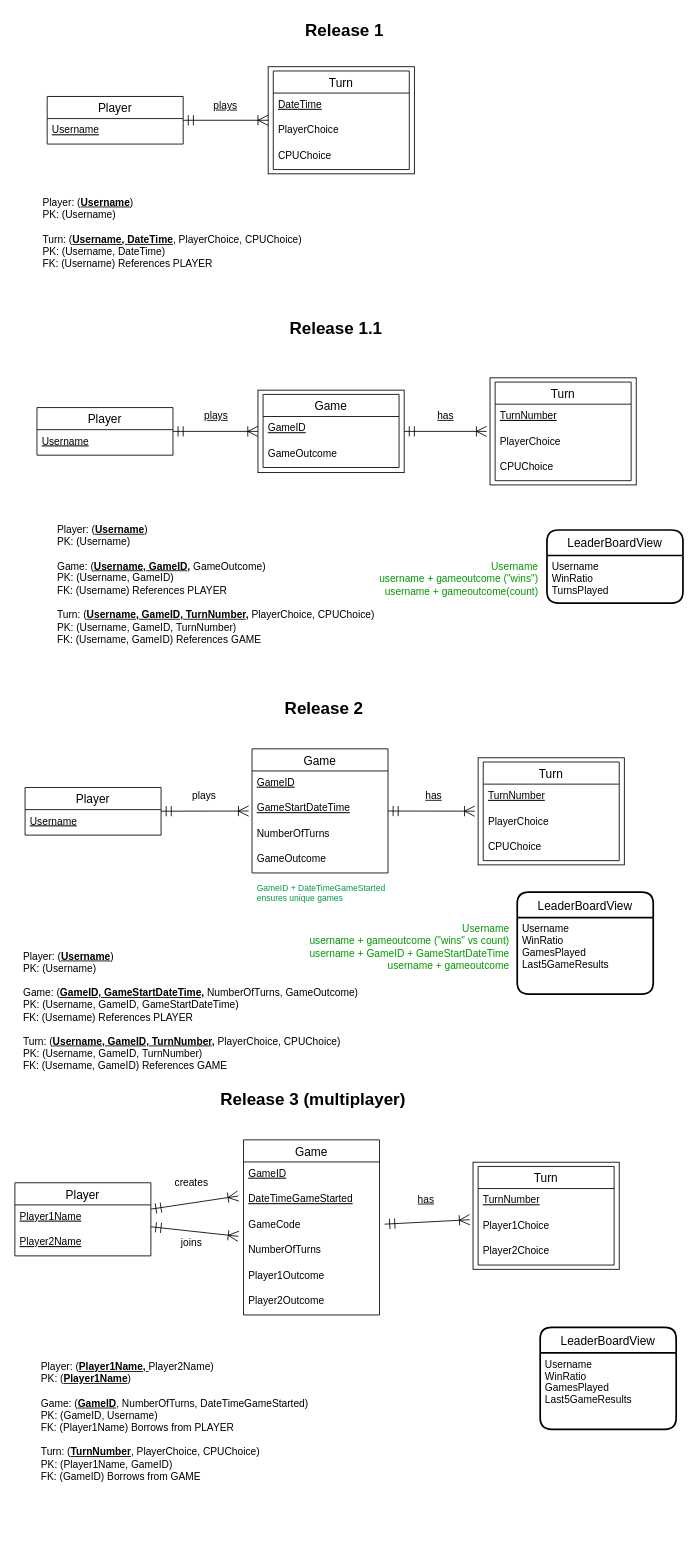
Before: RPS DB/release 1-3 (v3).drawio in LTaylor137/RockPaperScissorsProject, a draw.io diagram. Source tidied: cells renumbered, new cells numbered last; positions are measured from the earlier drawing's top-left corner, leaving out a move shared by most shapes. Both pictures are drawn from the tidied source at 85%, with x=0, y=0 at pixel (14, 14).
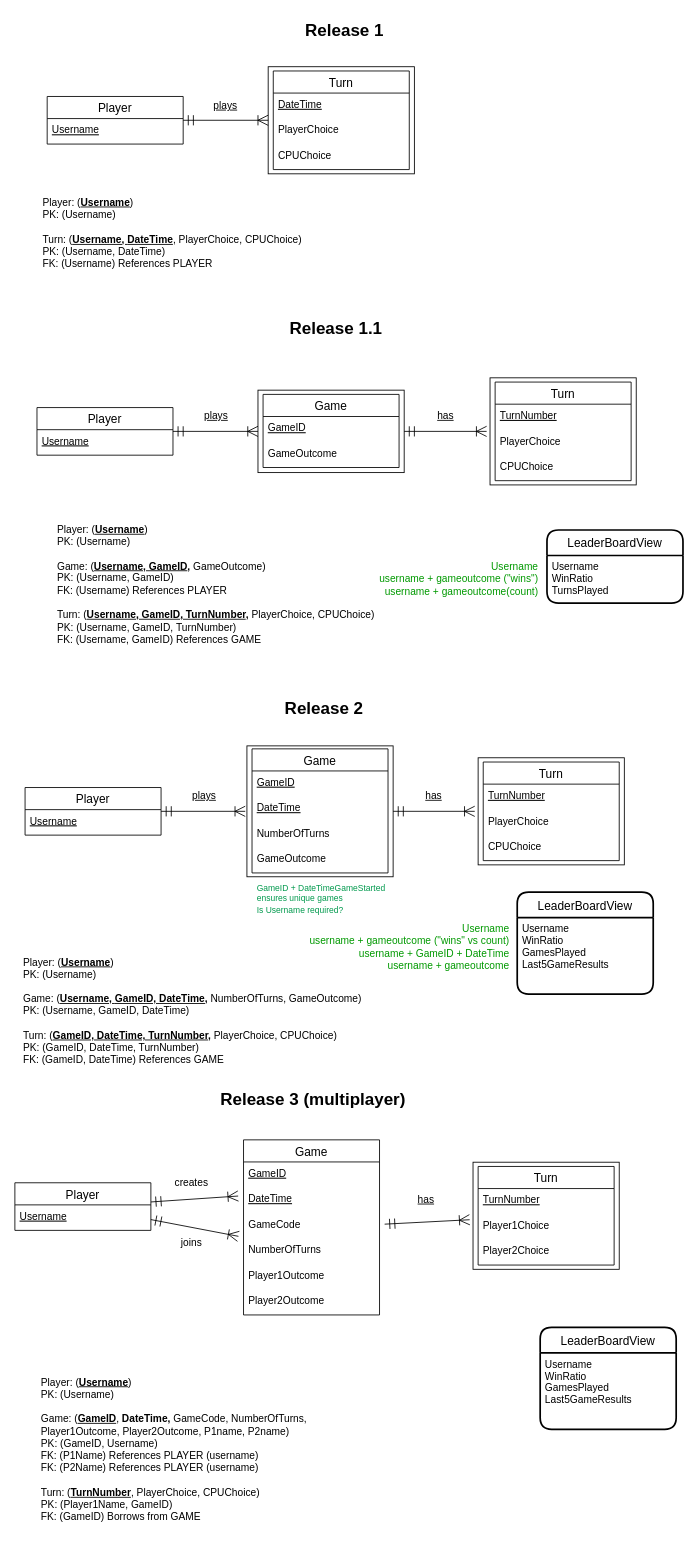
The same page after the edit.

The change refers to these unchanged cells:
```xml
<mxCell id="13" value="Player" style="swimlane;fontStyle=0;horizontal=1;startSize=26;align=center;fontSize=14;" parent="1" vertex="1">
  <mxGeometry x="12" y="909" width="160" height="56" as="geometry" />
</mxCell>
<mxCell id="15" value="Game" style="swimlane;fontStyle=0;horizontal=1;startSize=26;align=center;fontSize=14;" parent="1" vertex="1">
  <mxGeometry x="279" y="863.5" width="160" height="146" as="geometry" />
</mxCell>
<mxCell id="21" style="rounded=0;whiteSpace=wrap;html=1;" parent="1" vertex="1">
  <mxGeometry x="545" y="874" width="172" height="126" as="geometry" />
</mxCell>
<mxCell id="36" value="Game" style="swimlane;fontStyle=0;horizontal=1;startSize=26;align=center;fontSize=14;" parent="1" vertex="1">
  <mxGeometry x="269" y="1323.5" width="160" height="206" as="geometry" />
</mxCell>
```

The edit, as a diff of the source:
```diff
@@
+    <mxCell id="80" style="rounded=0;whiteSpace=wrap;html=1;" parent="1" vertex="1">
+      <mxGeometry x="273" y="860" width="172" height="154" as="geometry" />
+    </mxCell>
@@
-    <mxCell id="12" style="endArrow=ERoneToMany;html=1;rounded=0;startArrow=ERmandOne;startFill=0;endSize=10;targetPerimeterSpacing=4;startSize=10;endFill=0;" parent="1" edge="1" source="13" target="15">
-      <mxGeometry relative="1" as="geometry" />
+    <mxCell id="12" style="endArrow=ERoneToMany;html=1;rounded=0;startArrow=ERmandOne;startFill=0;endSize=10;targetPerimeterSpacing=4;startSize=10;endFill=0;" parent="1" edge="1" source="13">
+      <mxGeometry relative="1" as="geometry">
+        <mxPoint x="271" y="937" as="targetPoint" />
+      </mxGeometry>
     </mxCell>
@@
-    <mxCell id="17" value="GameStartDateTime" style="text;strokeColor=none;fillColor=none;spacingLeft=4;spacingRight=4;overflow=hidden;fontSize=12;fontStyle=4;" parent="15" vertex="1">
+    <mxCell id="17" value="DateTime" style="text;strokeColor=none;fillColor=none;spacingLeft=4;spacingRight=4;overflow=hidden;fontSize=12;fontStyle=4;" parent="15" vertex="1">
       <mxGeometry y="56" width="160" height="30" as="geometry" />
     </mxCell>
@@
-    <mxCell id="26" style="endArrow=ERoneToMany;html=1;rounded=0;startArrow=ERmandOne;startFill=0;endSize=10;targetPerimeterSpacing=4;startSize=10;endFill=0;" parent="1" edge="1" source="15" target="21">
+    <mxCell id="26" style="endArrow=ERoneToMany;html=1;rounded=0;startArrow=ERmandOne;startFill=0;endSize=10;targetPerimeterSpacing=4;startSize=10;endFill=0;exitX=1;exitY=0.5;exitDx=0;exitDy=0;" parent="1" edge="1" source="80" target="21">
       <mxGeometry relative="1" as="geometry" />
     </mxCell>
@@
-    <mxCell id="30" value="plays" style="text;html=1;strokeColor=none;fillColor=none;align=center;verticalAlign=middle;whiteSpace=wrap;rounded=0;fontStyle=0;" parent="1" vertex="1">
+    <mxCell id="30" value="plays" style="text;html=1;strokeColor=none;fillColor=none;align=center;verticalAlign=middle;whiteSpace=wrap;rounded=0;fontStyle=4;" parent="1" vertex="1">
       <mxGeometry x="203" y="909" width="40" height="20" as="geometry" />
     </mxCell>
@@
     <mxCell id="33" value="Player" style="swimlane;fontStyle=0;horizontal=1;startSize=26;align=center;fontSize=14;" parent="1" vertex="1">
-      <mxGeometry y="1374" width="160" height="86" as="geometry" />
+      <mxGeometry y="1374" width="160" height="56" as="geometry" />
     </mxCell>
-    <mxCell id="34" value="Player1Name" style="text;strokeColor=none;fillColor=none;spacingLeft=4;spacingRight=4;overflow=hidden;fontSize=12;fontStyle=4;" parent="33" vertex="1">
+    <mxCell id="34" value="Username" style="text;strokeColor=none;fillColor=none;spacingLeft=4;spacingRight=4;overflow=hidden;fontSize=12;fontStyle=4;" parent="33" vertex="1">
       <mxGeometry y="26" width="160" height="30" as="geometry" />
     </mxCell>
-    <mxCell id="35" value="Player2Name" style="text;strokeColor=none;fillColor=none;spacingLeft=4;spacingRight=4;overflow=hidden;fontSize=12;fontStyle=4;" parent="33" vertex="1">
-      <mxGeometry y="56" width="160" height="30" as="geometry" />
-    </mxCell>
@@
-    <mxCell id="38" value="DateTimeGameStarted" style="text;strokeColor=none;fillColor=none;spacingLeft=4;spacingRight=4;overflow=hidden;fontSize=12;fontStyle=4;" parent="36" vertex="1">
+    <mxCell id="38" value="DateTime" style="text;strokeColor=none;fillColor=none;spacingLeft=4;spacingRight=4;overflow=hidden;fontSize=12;fontStyle=4;" parent="36" vertex="1">
       <mxGeometry y="56" width="160" height="30" as="geometry" />
     </mxCell>
@@
-    <mxCell id="43" value="Player: (&lt;u style=&quot;font-weight: bold&quot;&gt;Player1Name, &lt;/u&gt;Player2Name)&lt;br&gt;PK: (&lt;u style=&quot;font-weight: bold&quot;&gt;Player1Name&lt;/u&gt;)&lt;br&gt;&lt;br&gt;Game: (&lt;u&gt;&lt;b&gt;GameID&lt;/b&gt;&lt;/u&gt;, NumberOfTurns, DateTimeGameStarted)&lt;br&gt;PK: (GameID, Username)&lt;br&gt;FK: (Player1Name) Borrows from PLAYER&lt;br&gt;&lt;br&gt;Turn: (&lt;u&gt;&lt;b&gt;TurnNumber&lt;/b&gt;&lt;/u&gt;, PlayerChoice, CPUChoice)&lt;br&gt;PK: (Player1Name, GameID)&lt;br&gt;FK: (GameID) Borrows from GAME" style="text;html=1;strokeColor=none;fillColor=none;align=left;verticalAlign=middle;whiteSpace=wrap;rounded=0;" parent="1" vertex="1">
-      <mxGeometry x="28.8" y="1576" width="370.5" height="157" as="geometry" />
+    <mxCell id="43" value="Player: (&lt;u style=&quot;font-weight: bold&quot;&gt;Username&lt;/u&gt;)&lt;br&gt;PK: (Username)&lt;br&gt;&lt;br&gt;Game: (&lt;u&gt;&lt;b&gt;GameID&lt;/b&gt;&lt;/u&gt;, &lt;b&gt;DateTime, &lt;/b&gt;GameCode,&amp;nbsp;NumberOfTurns,&amp;nbsp;&lt;br&gt;&lt;span&gt;Player1Outcome,&amp;nbsp;&lt;/span&gt;&lt;span&gt;Player2Outcome,&amp;nbsp;&lt;/span&gt;P1name, P2name)&lt;br&gt;PK: (GameID, Username)&lt;br&gt;FK: (P1Name) References PLAYER (username)&lt;br&gt;FK: (P2Name) References PLAYER (username)&lt;br&gt;&lt;br&gt;Turn: (&lt;u&gt;&lt;b&gt;TurnNumber&lt;/b&gt;&lt;/u&gt;, PlayerChoice, CPUChoice)&lt;br&gt;PK: (Player1Name, GameID)&lt;br&gt;FK: (GameID) Borrows from GAME" style="text;html=1;strokeColor=none;fillColor=none;align=left;verticalAlign=middle;whiteSpace=wrap;rounded=0;" parent="1" vertex="1">
+      <mxGeometry x="28.8" y="1576" width="563.2" height="223" as="geometry" />
     </mxCell>
@@
-    <mxCell id="75" value="Username&lt;br style=&quot;padding: 0px ; margin: 0px&quot;&gt;username + gameoutcome (&quot;wins&quot; vs count)&lt;br style=&quot;padding: 0px ; margin: 0px&quot;&gt;username + GameID + GameStartDateTime&lt;div style=&quot;padding: 0px ; margin: 0px&quot;&gt;username + gameoutcome&lt;br style=&quot;padding: 0px ; margin: 0px ; font-family: &amp;#34;helvetica&amp;#34; ; font-size: 12px ; font-style: normal ; font-weight: 400 ; letter-spacing: normal ; text-indent: 0px ; text-transform: none ; word-spacing: 0px ; background-color: rgb(248 , 249 , 250)&quot;&gt;&lt;br&gt;&lt;br&gt;&lt;/div&gt;" style="text;whiteSpace=wrap;html=1;align=right;fontColor=#009900;" parent="1" vertex="1">
-      <mxGeometry x="257" y="1062" width="327" height="90" as="geometry" />
+    <mxCell id="75" value="Username&lt;br style=&quot;padding: 0px ; margin: 0px&quot;&gt;username + gameoutcome (&quot;wins&quot; vs count)&lt;br style=&quot;padding: 0px ; margin: 0px&quot;&gt;username + GameID + DateTime&lt;div style=&quot;padding: 0px ; margin: 0px&quot;&gt;username + gameoutcome&lt;br style=&quot;padding: 0px ; margin: 0px ; font-family: &amp;#34;helvetica&amp;#34; ; font-size: 12px ; font-style: normal ; font-weight: 400 ; letter-spacing: normal ; text-indent: 0px ; text-transform: none ; word-spacing: 0px ; background-color: rgb(248 , 249 , 250)&quot;&gt;&lt;br&gt;&lt;br&gt;&lt;/div&gt;" style="text;whiteSpace=wrap;html=1;align=right;fontColor=#009900;" parent="1" vertex="1">
+      <mxGeometry x="330" y="1062" width="254" height="69" as="geometry" />
     </mxCell>
@@
-    <mxCell id="79" value="Player: (&lt;u&gt;&lt;b&gt;Username&lt;/b&gt;&lt;/u&gt;)&lt;br&gt;PK: (Username)&lt;br&gt;&lt;br&gt;Game: (&lt;u&gt;&lt;b&gt;GameID,&amp;nbsp;&lt;/b&gt;&lt;b&gt;GameStartDateTime,&lt;/b&gt;&lt;/u&gt;&amp;nbsp;NumberOfTurns, GameOutcome)&lt;br&gt;PK: (Username, GameID,&amp;nbsp;GameStartDateTime)&lt;br&gt;FK: (Username) References&amp;nbsp;PLAYER&lt;br&gt;&lt;br&gt;Turn: (&lt;b&gt;&lt;u&gt;Username, GameID,&amp;nbsp;TurnNumber&lt;/u&gt;,&lt;/b&gt;&amp;nbsp;PlayerChoice, CPUChoice)&lt;br&gt;PK: (Username, GameID,&amp;nbsp;TurnNumber)&lt;br&gt;FK: (Username, GameID) References GAME" style="text;html=1;strokeColor=none;fillColor=none;align=left;verticalAlign=middle;whiteSpace=wrap;rounded=0;" parent="1" vertex="1">
-      <mxGeometry x="8" y="1093" width="514" height="157" as="geometry" />
+    <mxCell id="79" value="Player: (&lt;u&gt;&lt;b&gt;Username&lt;/b&gt;&lt;/u&gt;)&lt;br&gt;PK: (Username)&lt;br&gt;&lt;br&gt;Game: (&lt;u&gt;&lt;b&gt;Username,&amp;nbsp;&lt;/b&gt;&lt;/u&gt;&lt;u&gt;&lt;b&gt;GameID,&amp;nbsp;&lt;/b&gt;&lt;b&gt;DateTime,&lt;/b&gt;&lt;/u&gt;&amp;nbsp;NumberOfTurns, GameOutcome)&lt;br&gt;PK: (Username,&amp;nbsp;GameID, DateTime)&lt;br&gt;&lt;br&gt;Turn: (&lt;b&gt;&lt;u&gt;GameID, DateTime, TurnNumber&lt;/u&gt;,&lt;/b&gt;&amp;nbsp;PlayerChoice, CPUChoice)&lt;br&gt;PK: (GameID, DateTime, TurnNumber)&lt;br&gt;FK: (GameID, DateTime) References GAME" style="text;html=1;strokeColor=none;fillColor=none;align=left;verticalAlign=middle;whiteSpace=wrap;rounded=0;" parent="1" vertex="1">
+      <mxGeometry x="8" y="1093" width="425" height="157" as="geometry" />
     </mxCell>
+    <mxCell id="81" value="Is Username required?" style="text;strokeColor=none;fillColor=none;spacingLeft=4;spacingRight=4;overflow=hidden;fontSize=10;fontStyle=0;fontColor=#00994D;" parent="1" vertex="1">
+      <mxGeometry x="279" y="1041" width="176" height="32" as="geometry" />
+    </mxCell>
```
